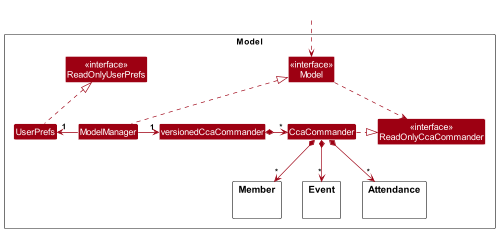
The PlantUML diagram docs/images/ModelClassDiagram.png in nus-cs2103-AY2324S1/tp, before a commit.
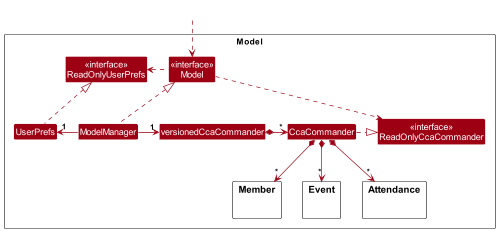
The same file after the commit.

Commit message:
Edit developer guide

The edit, as a diff of the source:
```diff
@@ -12,6 +12,7 @@
 Class CcaCommander
 Class versionedCcaCommander
 Class ModelManager
+
 Class UserPrefs
 
 Package Member {
@@ -35,6 +36,7 @@
 CcaCommander .right.|> ReadOnlyCcaCommander
 
 ModelManager .up.|> Model
+Model .left.> ReadOnlyUserPrefs
 Model .right.> ReadOnlyCcaCommander
 ModelManager -right-> "1" versionedCcaCommander
 versionedCcaCommander *-right-> "*" CcaCommander
```
